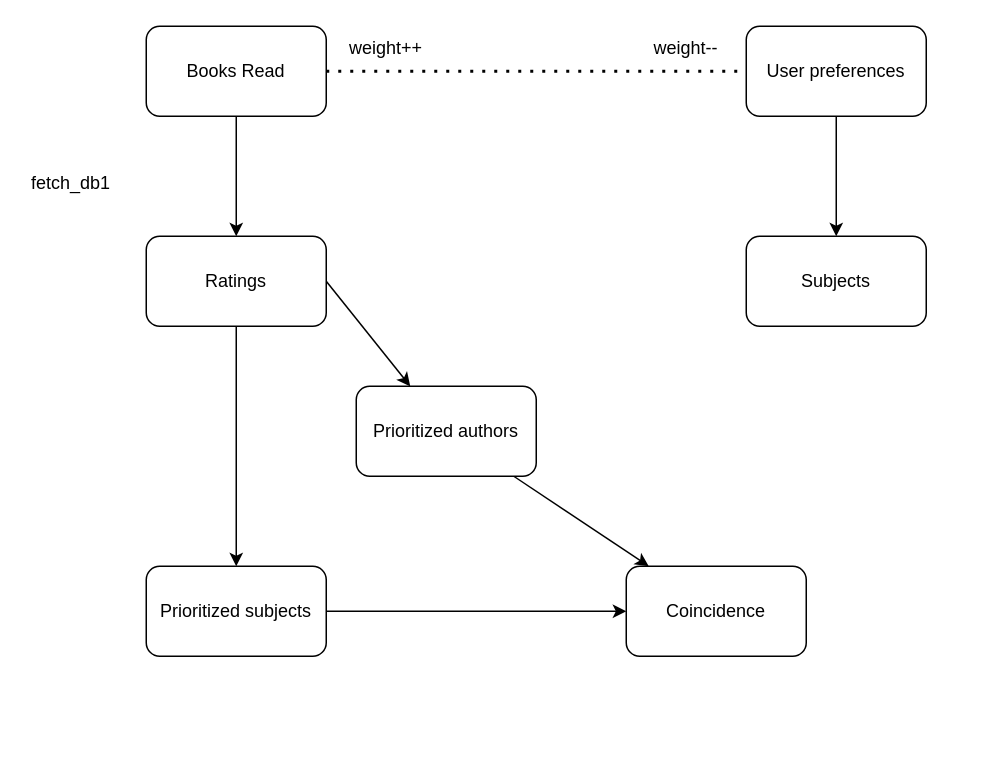
Earlier version of the draw.io diagram diagrams/recommendation-algo.drawio (theodufort/book-journey). Source tidied: cells renumbered, new cells numbered last; positions are measured from the earlier drawing's top-left corner, leaving out a move shared by most shapes. Both pictures are drawn from the tidied source at 150%, with x=0, y=0 at pixel (26, 26).
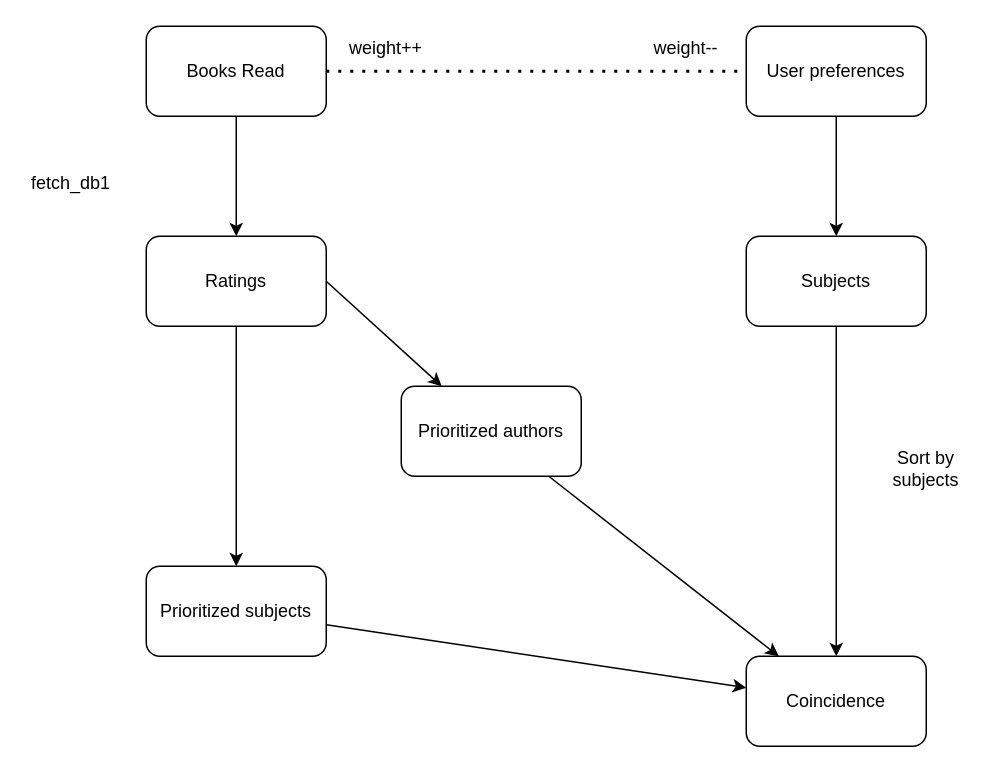
The same page after the edit.

Unchanged cells that the change refers to:
```xml
<mxCell id="13" value="Subjects" style="rounded=1;whiteSpace=wrap;html=1;" parent="1" vertex="1">
  <mxGeometry x="480" y="140" width="120" height="60" as="geometry" />
</mxCell>
```

Change to the diagram source:
```diff
@@
+    <mxCell id="19" style="edgeStyle=none;html=1;entryX=0.5;entryY=0;entryDx=0;entryDy=0;" parent="1" edge="1" source="13" target="18">
+      <mxGeometry relative="1" as="geometry" />
+    </mxCell>
@@
     <mxCell id="17" value="Prioritized authors" style="rounded=1;whiteSpace=wrap;html=1;" parent="1" vertex="1">
-      <mxGeometry x="220" y="240" width="120" height="60" as="geometry" />
+      <mxGeometry x="250" y="240" width="120" height="60" as="geometry" />
     </mxCell>
     <mxCell id="18" value="Coincidence" style="rounded=1;whiteSpace=wrap;html=1;" parent="1" vertex="1">
-      <mxGeometry x="400" y="360" width="120" height="60" as="geometry" />
+      <mxGeometry x="480" y="420" width="120" height="60" as="geometry" />
     </mxCell>
+    <mxCell id="20" value="Sort by subjects" style="text;html=1;strokeColor=none;fillColor=none;align=center;verticalAlign=middle;whiteSpace=wrap;rounded=0;" parent="1" vertex="1">
+      <mxGeometry x="570" y="280" width="60" height="30" as="geometry" />
+    </mxCell>
```
